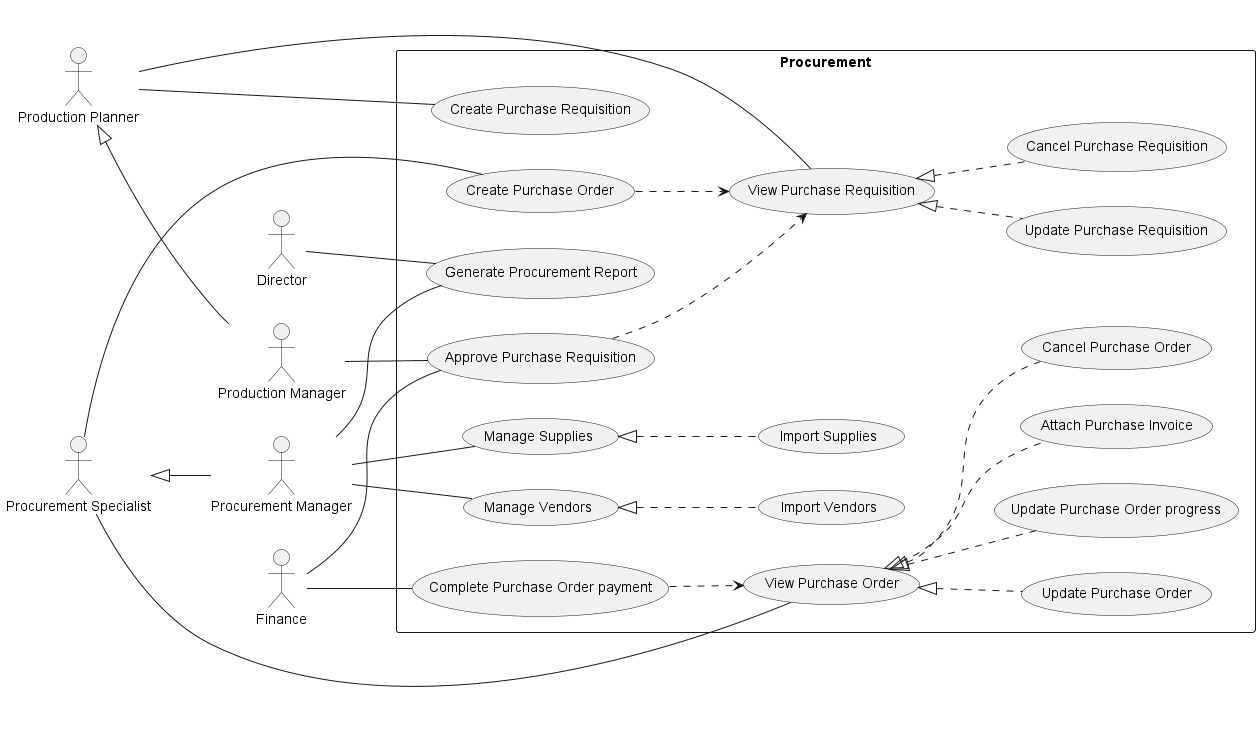
Above: use-cases/Procurement.png in phihungha/scmss-reqs (PlantUML), before the change.
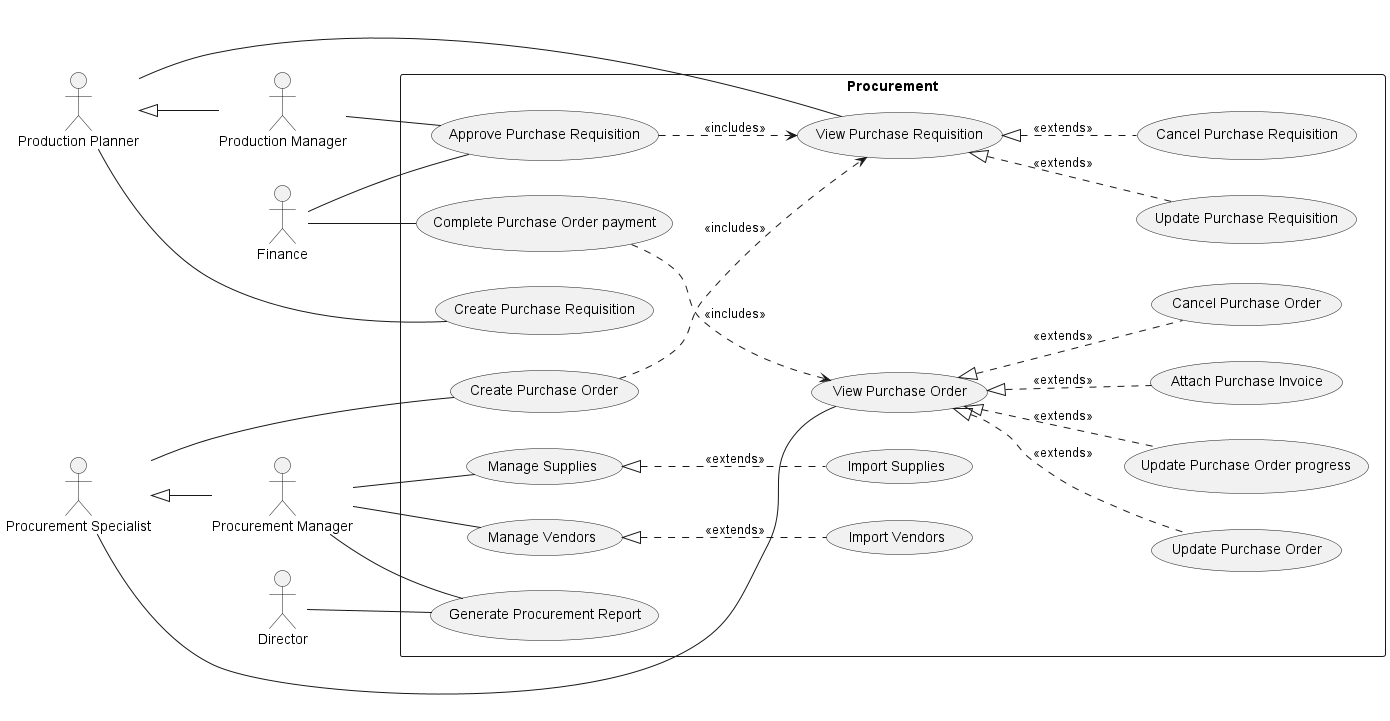
After the change.

The edit, as a diff of the source:
```diff
@@ -15,26 +15,26 @@
 rectangle Procurement {
     pp -- (Create Purchase Requisition)
     pp -- (View Purchase Requisition)
-    (View Purchase Requisition) <|.. (Update Purchase Requisition)
-    (View Purchase Requisition) <|.. (Cancel Purchase Requisition)
+    (View Purchase Requisition) <|.. (Update Purchase Requisition) : <<extends>>
+    (View Purchase Requisition) <|.. (Cancel Purchase Requisition) : <<extends>>
     f -- (Approve Purchase Requisition)
     prm -- (Approve Purchase Requisition)
-    (Approve Purchase Requisition) ..> (View Purchase Requisition)
+    (Approve Purchase Requisition) ..> (View Purchase Requisition) : <<includes>>
 
     ps -- (Create Purchase Order)
-    (Create Purchase Order) ..> (View Purchase Requisition)
+    (Create Purchase Order) ..> (View Purchase Requisition) : <<includes>>
     ps -- (View Purchase Order)
-    (View Purchase Order) <|.. (Update Purchase Order)
-    (View Purchase Order) <|.. (Update Purchase Order progress)
-    (View Purchase Order) <|.. (Attach Purchase Invoice)
-    (View Purchase Order) <|.. (Cancel Purchase Order)
+    (View Purchase Order) <|.. (Update Purchase Order) : <<extends>>
+    (View Purchase Order) <|.. (Update Purchase Order progress) : <<extends>>
+    (View Purchase Order) <|.. (Attach Purchase Invoice) : <<extends>>
+    (View Purchase Order) <|.. (Cancel Purchase Order) : <<extends>>
     f -- (Complete Purchase Order payment)
-    (Complete Purchase Order payment) ..> (View Purchase Order)
+    (Complete Purchase Order payment) ..> (View Purchase Order) : <<includes>>
 
     pm -- (Manage Vendors)
-    (Manage Vendors) <|.. (Import Vendors)
+    (Manage Vendors) <|.. (Import Vendors) : <<extends>>
     pm -- (Manage Supplies)
-    (Manage Supplies) <|.. (Import Supplies)
+    (Manage Supplies) <|.. (Import Supplies) : <<extends>>
     pm -- (Generate Procurement Report)
     d -- (Generate Procurement Report)
 }
```
